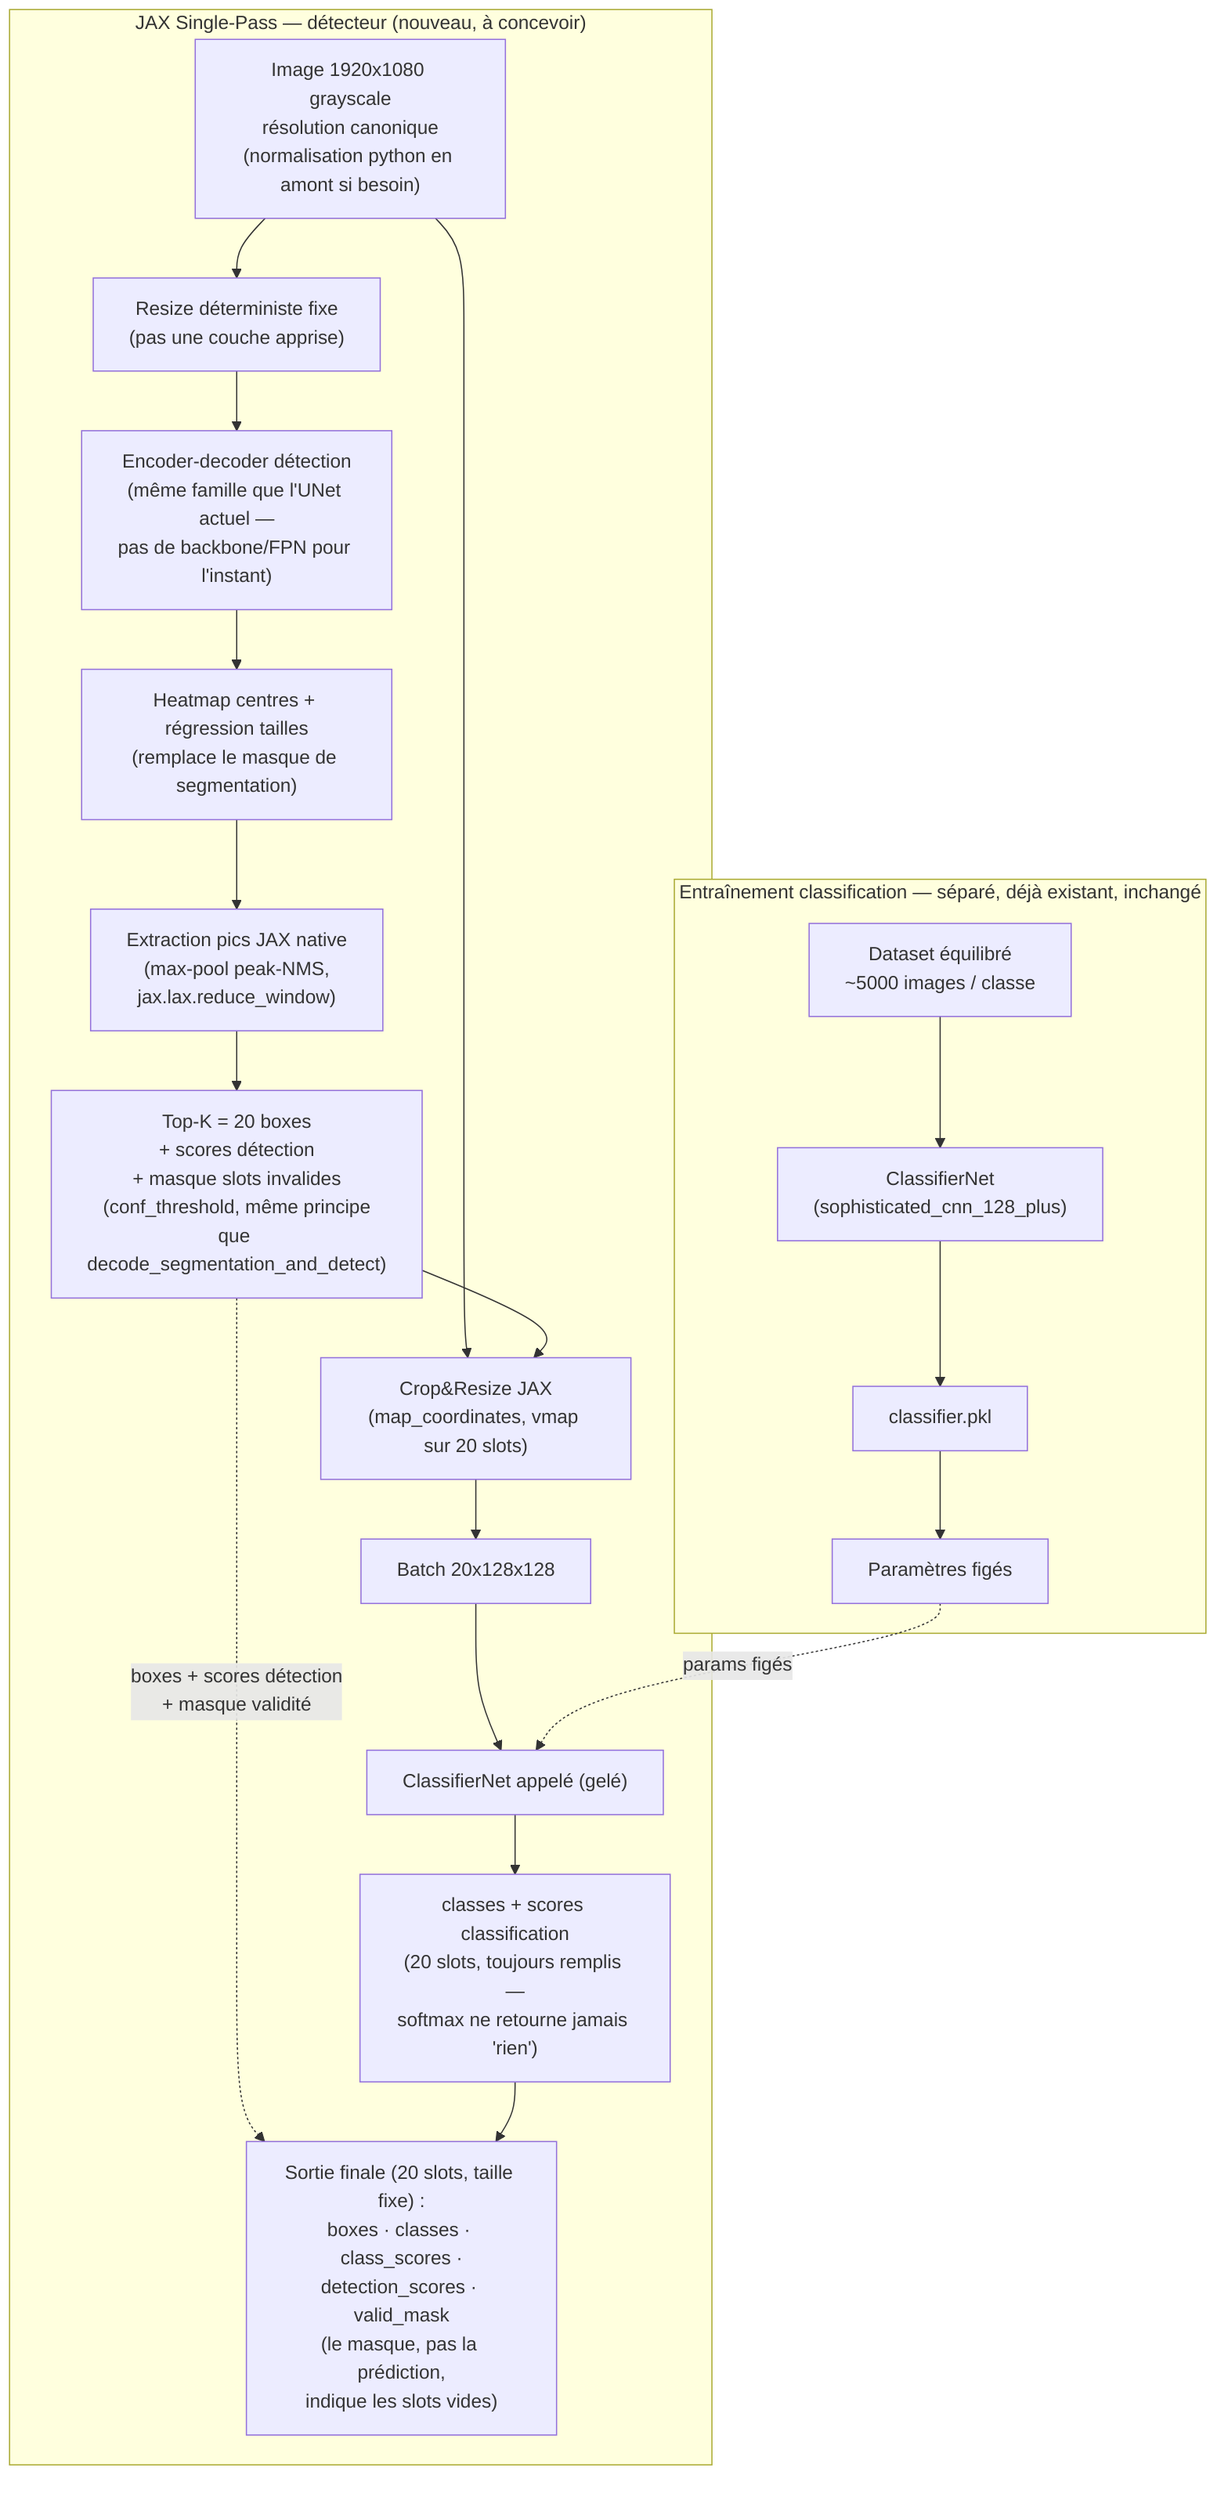
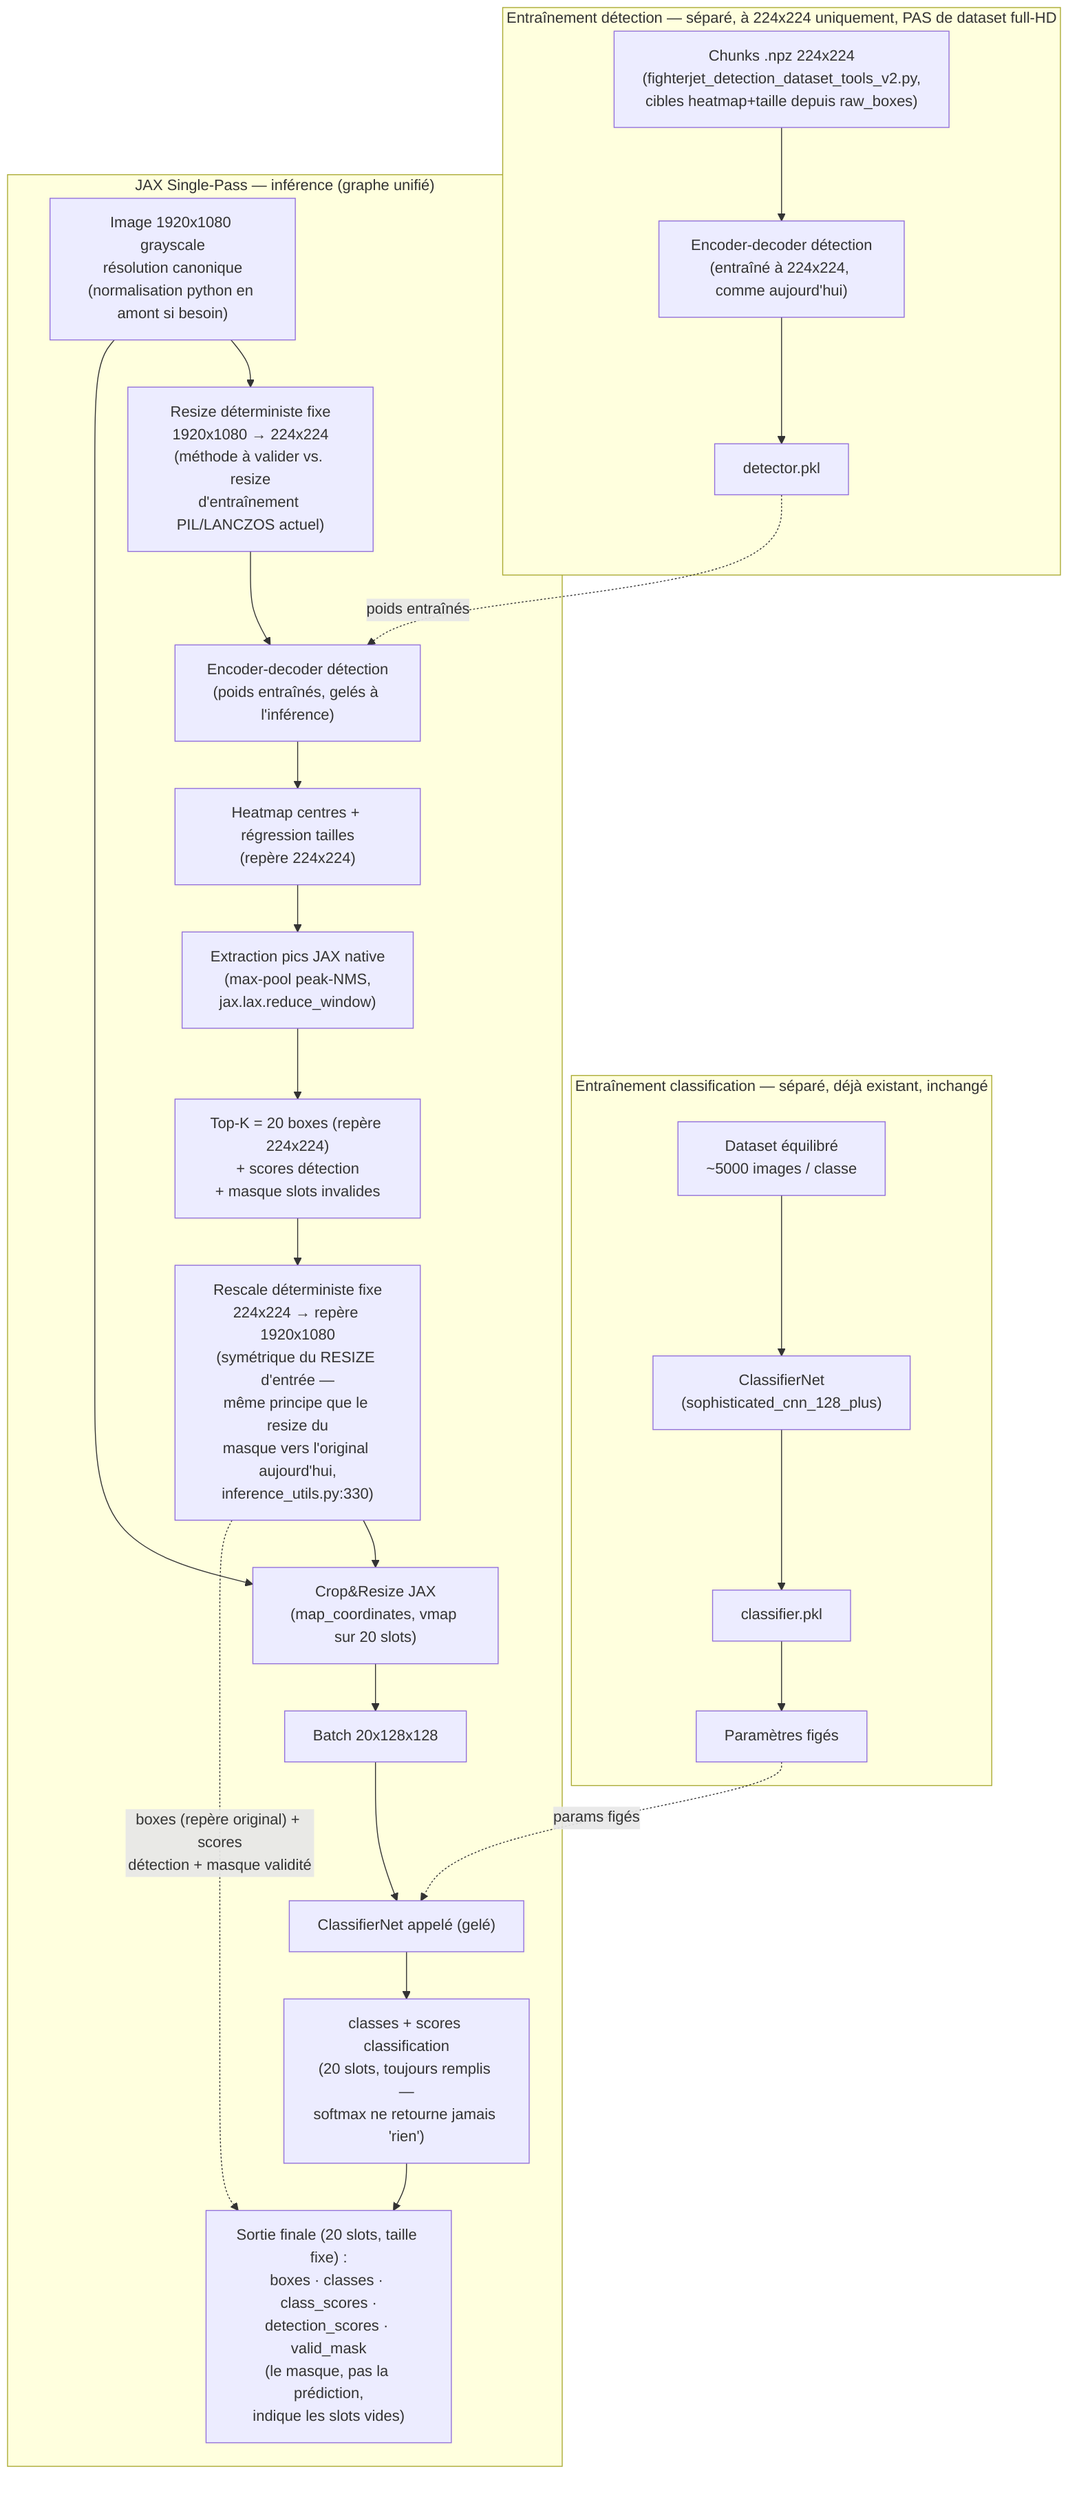
flowchart TB
    subgraph TRAIN["Entraînement classification — séparé, déjà existant, inchangé"]
        DS["Dataset équilibré<br/>~5000 images / classe"]
        DS --> CLF["ClassifierNet<br/>(sophisticated_cnn_128_plus)"]
        CLF --> PKL["classifier.pkl"]
        PKL --> FROZEN["Paramètres figés"]
    end

-     subgraph DETECT["JAX Single-Pass — détecteur (nouveau, à concevoir)"]
+     subgraph DETTRAIN["Entraînement détection — séparé, à 224x224 uniquement, PAS de dataset full-HD"]
+         DSD["Chunks .npz 224x224<br/>(fighterjet_detection_dataset_tools_v2.py,<br/>cibles heatmap+taille depuis raw_boxes)"]
+         DSD --> ENCTRAIN["Encoder-decoder détection<br/>(entraîné à 224x224, comme aujourd'hui)"]
+         ENCTRAIN --> DETPKL["detector.pkl"]
+     end
+ 
+     subgraph DETECT["JAX Single-Pass — inférence (graphe unifié)"]
        IMG["Image 1920x1080 grayscale<br/>résolution canonique<br/>(normalisation python en amont si besoin)"]
-         IMG --> RESIZE["Resize déterministe fixe<br/>(pas une couche apprise)"]
-         RESIZE --> ENC["Encoder-decoder détection<br/>(même famille que l'UNet actuel —<br/>pas de backbone/FPN pour l'instant)"]
-         ENC --> HM["Heatmap centres + régression tailles<br/>(remplace le masque de segmentation)"]
+         IMG --> RESIZE["Resize déterministe fixe<br/>1920x1080 → 224x224<br/>(méthode à valider vs. resize<br/>d'entraînement PIL/LANCZOS actuel)"]
+         RESIZE --> ENC["Encoder-decoder détection<br/>(poids entraînés, gelés à l'inférence)"]
+         DETPKL -.poids entraînés.-> ENC
+         ENC --> HM["Heatmap centres + régression tailles<br/>(repère 224x224)"]
        HM --> PEAK["Extraction pics JAX native<br/>(max-pool peak-NMS,<br/>jax.lax.reduce_window)"]
-         PEAK --> TOPK["Top-K = 20 boxes<br/>+ scores détection<br/>+ masque slots invalides<br/>(conf_threshold, même principe<br/>que decode_segmentation_and_detect)"]
+         PEAK --> TOPK["Top-K = 20 boxes (repère 224x224)<br/>+ scores détection<br/>+ masque slots invalides"]
+         TOPK --> RESCALE["Rescale déterministe fixe<br/>224x224 → repère 1920x1080<br/>(symétrique du RESIZE d'entrée —<br/>même principe que le resize du<br/>masque vers l'original aujourd'hui,<br/>inference_utils.py:330)"]
        IMG --> CROP["Crop&Resize JAX<br/>(map_coordinates, vmap sur 20 slots)"]
-         TOPK --> CROP
+         RESCALE --> CROP
        CROP --> BATCH["Batch 20x128x128"]
        BATCH --> CLFCALL["ClassifierNet appelé (gelé)"]
        FROZEN -.params figés.-> CLFCALL
        CLFCALL --> CLSOUT["classes + scores classification<br/>(20 slots, toujours remplis —<br/>softmax ne retourne jamais 'rien')"]
-         TOPK -."boxes + scores détection<br/>+ masque validité".-> OUT
+         RESCALE -."boxes (repère original) + scores<br/>détection + masque validité".-> OUT
        CLSOUT --> OUT["Sortie finale (20 slots, taille fixe) :<br/>boxes · classes · class_scores ·<br/>detection_scores · valid_mask<br/>(le masque, pas la prédiction,<br/>indique les slots vides)"]
    end
